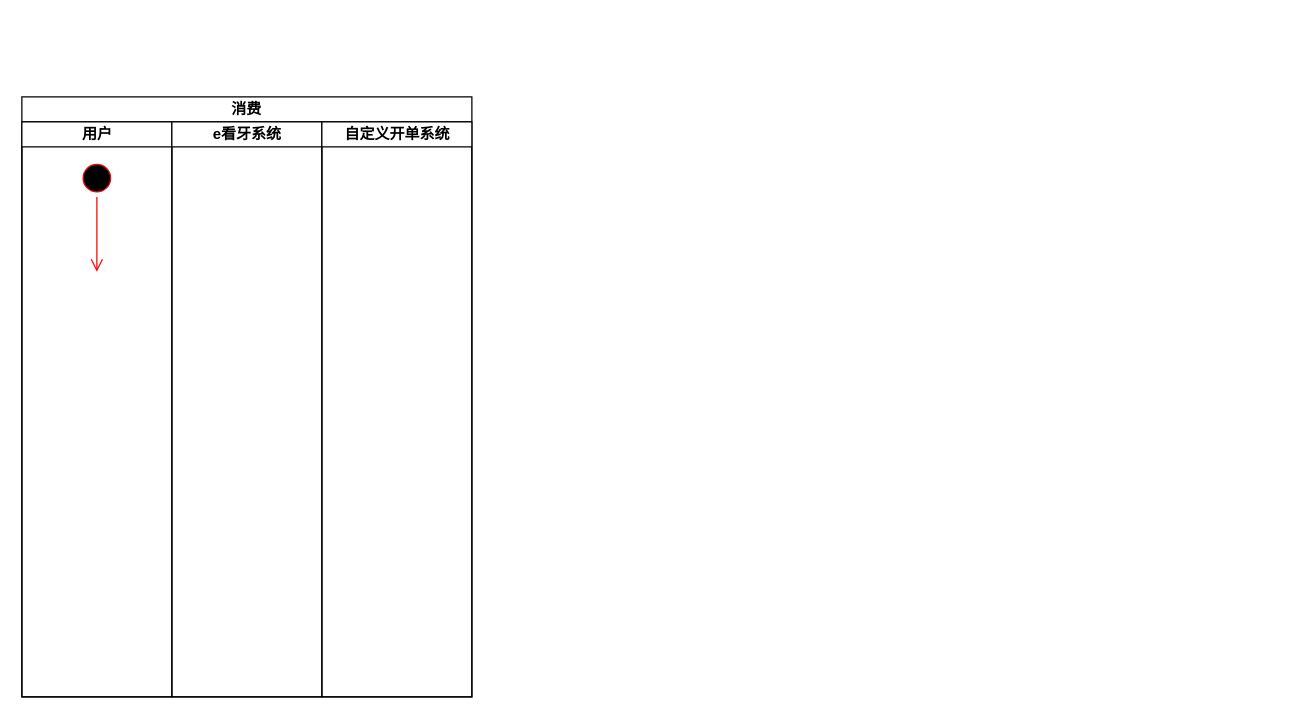
Above: Untitled Diagram.drawio in leodream/my_notes (draw.io), before the change. Source tidied: cells renumbered, new cells numbered last; positions are measured from the earlier drawing's top-left corner, leaving out a move shared by most shapes. Both pictures are drawn from the tidied source at 125%, with x=0, y=0 at pixel (21, 96).
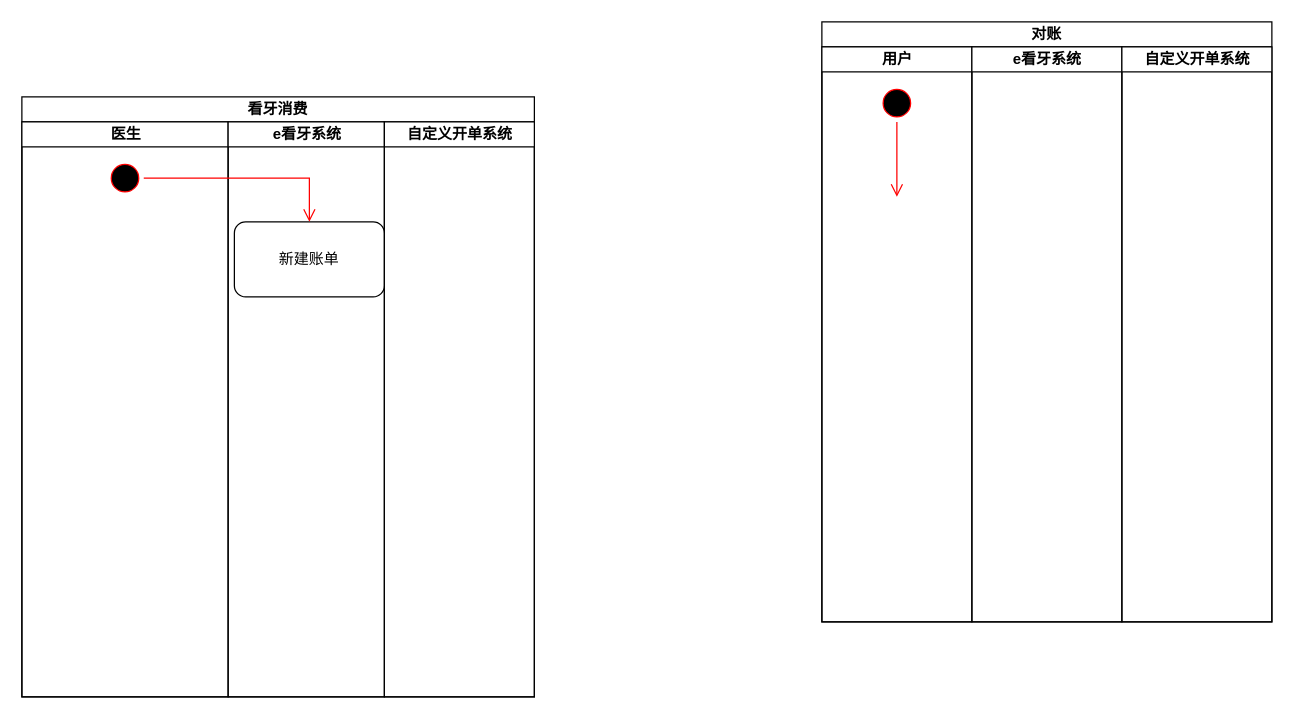
The same diagram, later.

Diff of the diagram source:
```diff
@@
 <mxGraphModel>
   <root>
     <mxCell id="0" />
     <mxCell id="1" parent="0" />
+    <mxCell id="8" value="&lt;div&gt;对账&lt;/div&gt;" style="swimlane;html=1;startSize=20;whiteSpace=wrap;" parent="1" vertex="1">
+      <mxGeometry x="640" y="-60" width="360" height="480" as="geometry" />
+    </mxCell>
+    <mxCell id="9" value="&lt;div&gt;用户&lt;/div&gt;" style="swimlane;html=1;startSize=20;" parent="8" vertex="1">
+      <mxGeometry y="20" width="120" height="460" as="geometry" />
+    </mxCell>
+    <mxCell id="10" style="ellipse;html=1;shape=startState;fillColor=#000000;strokeColor=#ff0000;" parent="9" vertex="1">
+      <mxGeometry x="45" y="30" width="30" height="30" as="geometry" />
+    </mxCell>
+    <mxCell id="11" style="edgeStyle=orthogonalEdgeStyle;html=1;verticalAlign=bottom;endArrow=open;endSize=8;strokeColor=#ff0000;rounded=0;" parent="9" edge="1" source="10">
+      <mxGeometry relative="1" as="geometry">
+        <mxPoint x="60" y="120" as="targetPoint" />
+      </mxGeometry>
+    </mxCell>
+    <mxCell id="12" value="&lt;div&gt;e看牙系统&lt;/div&gt;" style="swimlane;html=1;startSize=20;" parent="8" vertex="1">
+      <mxGeometry x="120" y="20" width="120" height="460" as="geometry" />
+    </mxCell>
+    <mxCell id="13" value="&lt;div&gt;自定义开单系统&lt;/div&gt;" style="swimlane;html=1;startSize=20;" parent="8" vertex="1">
+      <mxGeometry x="240" y="20" width="120" height="460" as="geometry" />
+    </mxCell>
-    <mxCell id="2" value="&lt;div&gt;消费&lt;/div&gt;" style="swimlane;html=1;startSize=20;whiteSpace=wrap;" parent="1" vertex="1">
-      <mxGeometry width="360" height="480" as="geometry" />
+    <mxCell id="2" value="&lt;div&gt;看牙消费&lt;/div&gt;" style="swimlane;html=1;startSize=20;whiteSpace=wrap;" parent="1" vertex="1">
+      <mxGeometry width="410" height="480" as="geometry" />
     </mxCell>
-    <mxCell id="3" value="&lt;div&gt;用户&lt;/div&gt;" style="swimlane;html=1;startSize=20;" parent="2" vertex="1">
-      <mxGeometry y="20" width="120" height="460" as="geometry" />
+    <mxCell id="3" value="医生" style="swimlane;html=1;startSize=20;" parent="2" vertex="1">
+      <mxGeometry y="20" width="165" height="460" as="geometry" />
     </mxCell>
     <mxCell id="4" style="ellipse;html=1;shape=startState;fillColor=#000000;strokeColor=#ff0000;" parent="3" vertex="1">
-      <mxGeometry x="45" y="30" width="30" height="30" as="geometry" />
+      <mxGeometry x="67.5" y="30" width="30" height="30" as="geometry" />
     </mxCell>
+    <mxCell id="6" value="&lt;div&gt;e看牙系统&lt;/div&gt;" style="swimlane;html=1;startSize=20;" parent="2" vertex="1">
+      <mxGeometry x="165" y="20" width="125" height="460" as="geometry" />
+    </mxCell>
+    <mxCell id="14" value="&lt;div&gt;新建账单&lt;/div&gt;" style="rounded=1;whiteSpace=wrap;html=1;" parent="6" vertex="1">
+      <mxGeometry x="5" y="80" width="120" height="60" as="geometry" />
+    </mxCell>
+    <mxCell id="7" value="&lt;div&gt;自定义开单系统&lt;/div&gt;" style="swimlane;html=1;startSize=20;" parent="2" vertex="1">
+      <mxGeometry x="290" y="20" width="120" height="460" as="geometry" />
+    </mxCell>
-    <mxCell id="5" style="edgeStyle=orthogonalEdgeStyle;html=1;verticalAlign=bottom;endArrow=open;endSize=8;strokeColor=#ff0000;rounded=0;" parent="3" edge="1" source="4">
-      <mxGeometry relative="1" as="geometry">
-        <mxPoint x="60" y="120" as="targetPoint" />
-      </mxGeometry>
+    <mxCell id="5" style="edgeStyle=orthogonalEdgeStyle;html=1;verticalAlign=bottom;endArrow=open;endSize=8;strokeColor=#ff0000;rounded=0;" parent="2" edge="1" source="4" target="14">
+      <mxGeometry relative="1" as="geometry" />
     </mxCell>
-    <mxCell id="6" value="&lt;div&gt;e看牙系统&lt;/div&gt;" style="swimlane;html=1;startSize=20;" parent="2" vertex="1">
-      <mxGeometry x="120" y="20" width="120" height="460" as="geometry" />
-    </mxCell>
-    <mxCell id="7" value="&lt;div&gt;自定义开单系统&lt;/div&gt;" style="swimlane;html=1;startSize=20;" parent="2" vertex="1">
-      <mxGeometry x="240" y="20" width="120" height="460" as="geometry" />
-    </mxCell>
   </root>
 </mxGraphModel>
```
